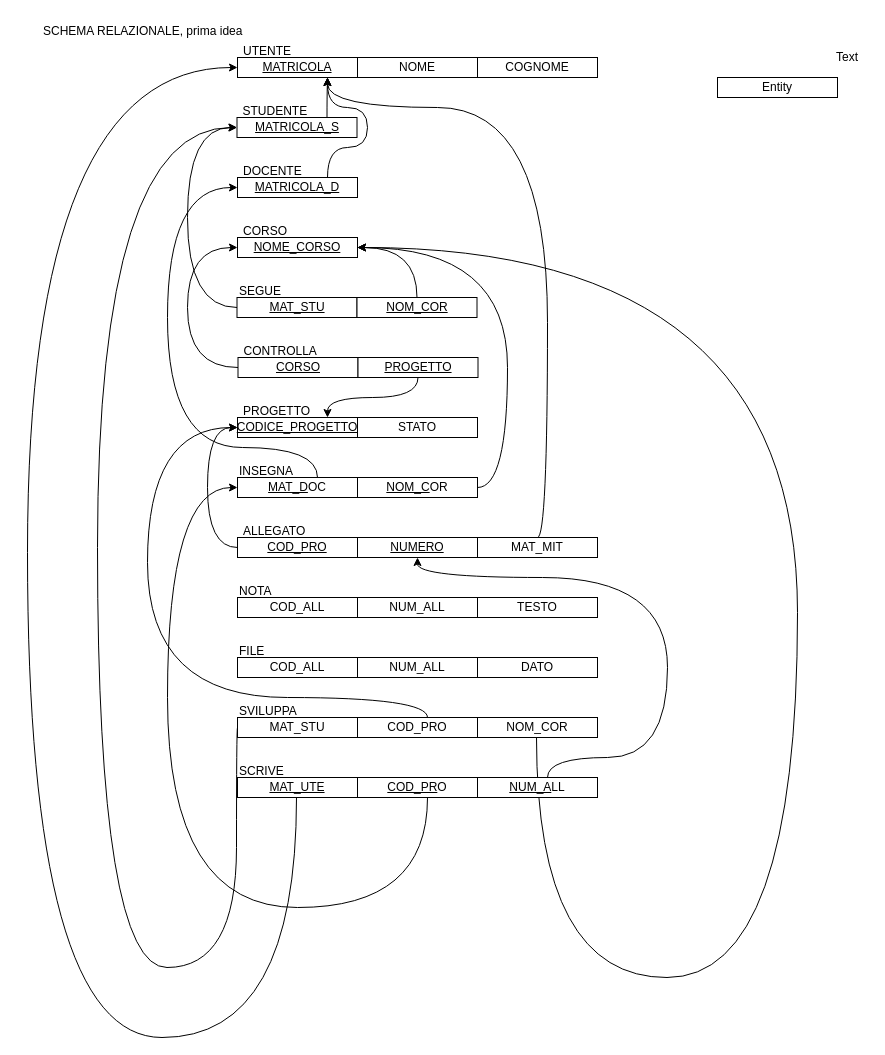
Before: page "SCHEMA RELAZIONALE" (2 of 5) of prisa_eer.drawio in Cippo95/prisa, a draw.io diagram. Source tidied: cells renumbered, new cells numbered last; positions are measured from the earlier drawing's top-left corner, leaving out a move shared by most shapes. Both pictures are drawn from the tidied source at 100%, with x=0, y=0 at pixel (27, 17).
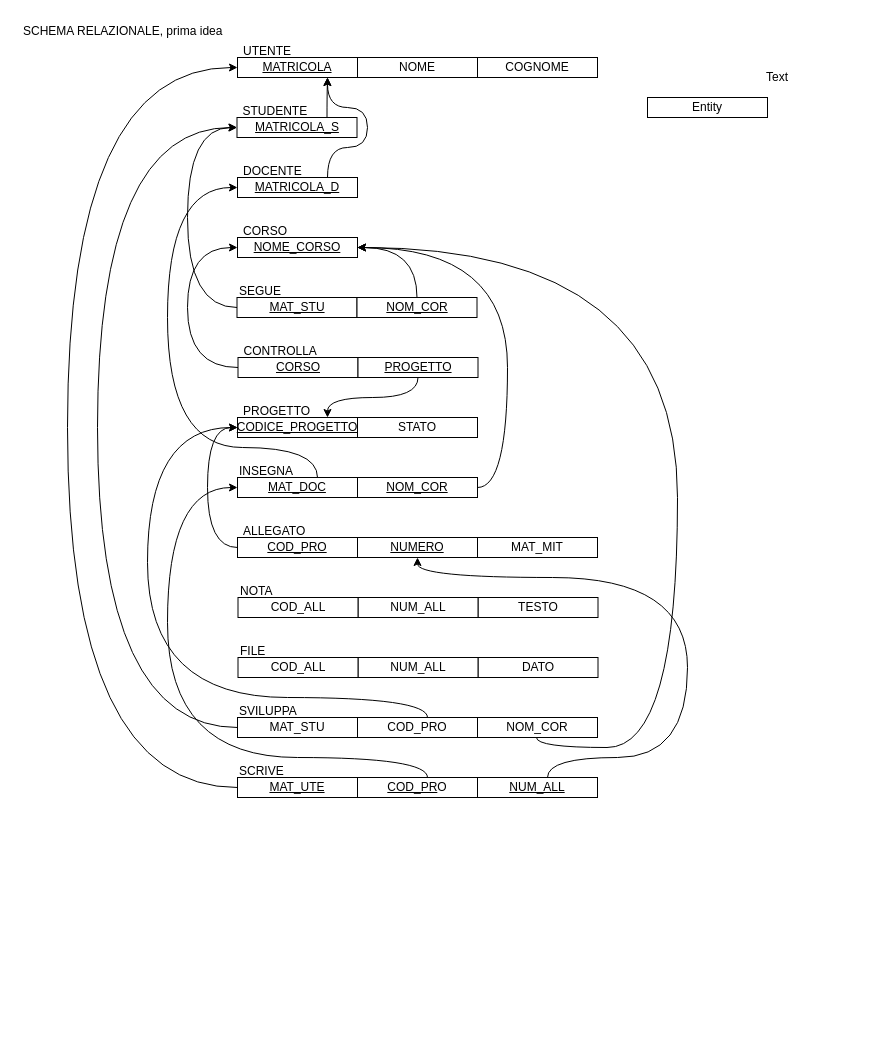
After the change.

Unchanged cells that the change refers to:
```xml
<mxCell id="2" value="&lt;u&gt;MATRICOLA&lt;/u&gt;" style="whiteSpace=wrap;html=1;align=center;" parent="1" vertex="1">
  <mxGeometry x="210" y="40" width="120" height="20" as="geometry" />
</mxCell>
<mxCell id="4" value="&lt;u&gt;NOME_CORSO&lt;/u&gt;" style="whiteSpace=wrap;html=1;align=center;" parent="1" vertex="1">
  <mxGeometry x="210" y="220" width="120" height="20" as="geometry" />
</mxCell>
<mxCell id="6" value="&lt;u&gt;NUMERO&lt;/u&gt;" style="whiteSpace=wrap;html=1;align=center;" parent="1" vertex="1">
  <mxGeometry x="330" y="520" width="120" height="20" as="geometry" />
</mxCell>
<mxCell id="20" value="MAT_MIT" style="whiteSpace=wrap;html=1;align=center;" parent="1" vertex="1">
  <mxGeometry x="450" y="520" width="120" height="20" as="geometry" />
</mxCell>
<mxCell id="27" value="MAT_STU" style="whiteSpace=wrap;html=1;align=center;" parent="1" vertex="1">
  <mxGeometry x="210" y="700" width="120" height="20" as="geometry" />
</mxCell>
<mxCell id="30" value="&lt;u&gt;MAT_UTE&lt;/u&gt;" style="whiteSpace=wrap;html=1;align=center;" parent="1" vertex="1">
  <mxGeometry x="210" y="760" width="120" height="20" as="geometry" />
</mxCell>
<mxCell id="39" value="NOM_COR" style="whiteSpace=wrap;html=1;align=center;" parent="1" vertex="1">
  <mxGeometry x="450" y="700" width="120" height="20" as="geometry" />
</mxCell>
<mxCell id="41" value="&lt;u&gt;COD_PR&lt;/u&gt;O" style="whiteSpace=wrap;html=1;align=center;" parent="1" vertex="1">
  <mxGeometry x="330" y="760" width="120" height="20" as="geometry" />
</mxCell>
<mxCell id="53" value="&lt;u&gt;MATRICOLA_S&lt;/u&gt;" style="whiteSpace=wrap;html=1;align=center;" parent="1" vertex="1">
  <mxGeometry x="209.5" y="100" width="120" height="20" as="geometry" />
</mxCell>
```

The edit, as a diff of the source:
```diff
@@
     <mxCell id="7" value="Entity" style="whiteSpace=wrap;html=1;align=center;" parent="1" vertex="1">
-      <mxGeometry x="690" y="60" width="120" height="20" as="geometry" />
+      <mxGeometry x="620" y="80" width="120" height="20" as="geometry" />
     </mxCell>
@@
-    <mxCell id="17" value="&lt;u&gt;MAT_D&lt;/u&gt;OC" style="whiteSpace=wrap;html=1;align=center;" parent="1" vertex="1">
+    <mxCell id="17" value="&lt;u&gt;MAT_DOC&lt;/u&gt;" style="whiteSpace=wrap;html=1;align=center;" parent="1" vertex="1">
       <mxGeometry x="210" y="460" width="120" height="20" as="geometry" />
     </mxCell>
     <mxCell id="18" value="SCHEMA RELAZIONALE, prima idea&#10;&#10;" style="text;strokeColor=none;fillColor=none;spacingLeft=4;spacingRight=4;overflow=hidden;fontSize=12;" parent="1" vertex="1">
-      <mxGeometry x="10" width="210" height="20" as="geometry" />
+      <mxGeometry x="-10" width="210" height="20" as="geometry" />
     </mxCell>
-    <mxCell id="19" style="edgeStyle=orthogonalEdgeStyle;curved=1;rounded=0;jettySize=auto;html=1;entryX=0.75;entryY=1;entryDx=0;entryDy=0;exitX=0.5;exitY=0;exitDx=0;exitDy=0;" parent="1" edge="1" source="20" target="2">
-      <mxGeometry relative="1" as="geometry">
-        <Array as="points">
-          <mxPoint x="520" y="520" />
-          <mxPoint x="520" y="90" />
-          <mxPoint x="300" y="90" />
-        </Array>
-      </mxGeometry>
-    </mxCell>
@@
     <mxCell id="26" style="edgeStyle=orthogonalEdgeStyle;rounded=0;jettySize=auto;html=1;entryX=0;entryY=0.5;entryDx=0;entryDy=0;curved=1;exitX=0;exitY=0.5;exitDx=0;exitDy=0;" parent="1" edge="1" source="27" target="53">
       <mxGeometry relative="1" as="geometry">
         <Array as="points">
-          <mxPoint x="209" y="950" />
-          <mxPoint x="70" y="950" />
+          <mxPoint x="70" y="710" />
           <mxPoint x="70" y="110" />
         </Array>
       </mxGeometry>
     </mxCell>
@@
-    <mxCell id="29" style="edgeStyle=orthogonalEdgeStyle;curved=1;rounded=0;jettySize=auto;html=1;entryX=0;entryY=0.5;entryDx=0;entryDy=0;" parent="1" edge="1" source="30" target="2">
+    <mxCell id="29" style="edgeStyle=orthogonalEdgeStyle;curved=1;rounded=0;jettySize=auto;html=1;entryX=0;entryY=0.5;entryDx=0;entryDy=0;exitX=0;exitY=0.5;exitDx=0;exitDy=0;" parent="1" edge="1" source="30" target="2">
       <mxGeometry relative="1" as="geometry">
         <Array as="points">
-          <mxPoint x="269" y="1020" />
-          <mxPoint y="1020" />
-          <mxPoint y="50" />
+          <mxPoint x="40" y="770" />
+          <mxPoint x="40" y="50" />
         </Array>
       </mxGeometry>
     </mxCell>
@@
-    <mxCell id="35" value="&lt;div&gt;&lt;u&gt;NOM_C&lt;/u&gt;OR&lt;/div&gt;" style="whiteSpace=wrap;html=1;align=center;" parent="1" vertex="1">
+    <mxCell id="35" value="&lt;div&gt;&lt;u&gt;NOM_COR&lt;/u&gt;&lt;/div&gt;" style="whiteSpace=wrap;html=1;align=center;" parent="1" vertex="1">
       <mxGeometry x="330" y="460" width="120" height="20" as="geometry" />
     </mxCell>
@@
     <mxCell id="38" style="edgeStyle=orthogonalEdgeStyle;curved=1;rounded=0;jettySize=auto;html=1;endSize=6;entryX=1;entryY=0.5;entryDx=0;entryDy=0;" parent="1" edge="1" source="39" target="4">
       <mxGeometry relative="1" as="geometry">
         <Array as="points">
-          <mxPoint x="509" y="960" />
-          <mxPoint x="770" y="960" />
-          <mxPoint x="770" y="230" />
+          <mxPoint x="509" y="730" />
+          <mxPoint x="650" y="730" />
+          <mxPoint x="650" y="230" />
         </Array>
       </mxGeometry>
     </mxCell>
@@
     <mxCell id="40" style="edgeStyle=orthogonalEdgeStyle;curved=1;rounded=0;jettySize=auto;html=1;endSize=6;entryX=0;entryY=0.5;entryDx=0;entryDy=0;" parent="1" edge="1" source="41" target="17">
       <mxGeometry relative="1" as="geometry">
         <Array as="points">
-          <mxPoint x="400" y="890" />
-          <mxPoint x="140" y="890" />
+          <mxPoint x="400" y="740" />
+          <mxPoint x="140" y="740" />
           <mxPoint x="140" y="470" />
         </Array>
       </mxGeometry>
     </mxCell>
@@
     <mxCell id="42" style="edgeStyle=orthogonalEdgeStyle;curved=1;rounded=0;jettySize=auto;html=1;entryX=0.5;entryY=1;entryDx=0;entryDy=0;endSize=6;" parent="1" edge="1" source="43" target="6">
       <mxGeometry relative="1" as="geometry">
         <Array as="points">
           <mxPoint x="520" y="740" />
-          <mxPoint x="640" y="740" />
-          <mxPoint x="640" y="560" />
+          <mxPoint x="660" y="740" />
+          <mxPoint x="660" y="560" />
           <mxPoint x="390" y="560" />
         </Array>
       </mxGeometry>
     </mxCell>
-    <mxCell id="43" value="&lt;u&gt;NUM_A&lt;/u&gt;LL" style="whiteSpace=wrap;html=1;align=center;" parent="1" vertex="1">
+    <mxCell id="43" value="&lt;u&gt;NUM_ALL&lt;/u&gt;" style="whiteSpace=wrap;html=1;align=center;" parent="1" vertex="1">
       <mxGeometry x="450" y="760" width="120" height="20" as="geometry" />
     </mxCell>
-    <mxCell id="44" value="NOTA" style="text;whiteSpace=wrap;html=1;" parent="1" vertex="1">
-      <mxGeometry x="210" y="560" width="40" height="20" as="geometry" />
-    </mxCell>
-    <mxCell id="45" value="TESTO" style="whiteSpace=wrap;html=1;align=center;" parent="1" vertex="1">
-      <mxGeometry x="450" y="580" width="120" height="20" as="geometry" />
-    </mxCell>
-    <mxCell id="46" value="FILE" style="text;whiteSpace=wrap;html=1;" parent="1" vertex="1">
-      <mxGeometry x="210" y="620" width="30" height="20" as="geometry" />
-    </mxCell>
-    <mxCell id="47" value="DATO" style="whiteSpace=wrap;html=1;align=center;" parent="1" vertex="1">
-      <mxGeometry x="450" y="640" width="120" height="20" as="geometry" />
-    </mxCell>
-    <mxCell id="48" value="NUM_ALL" style="whiteSpace=wrap;html=1;align=center;" parent="1" vertex="1">
-      <mxGeometry x="330" y="580" width="120" height="20" as="geometry" />
-    </mxCell>
-    <mxCell id="49" value="COD_ALL" style="whiteSpace=wrap;html=1;align=center;" parent="1" vertex="1">
-      <mxGeometry x="210" y="580" width="120" height="20" as="geometry" />
-    </mxCell>
-    <mxCell id="50" value="NUM_ALL" style="whiteSpace=wrap;html=1;align=center;" parent="1" vertex="1">
-      <mxGeometry x="330" y="640" width="120" height="20" as="geometry" />
-    </mxCell>
-    <mxCell id="51" value="COD_ALL" style="whiteSpace=wrap;html=1;align=center;" parent="1" vertex="1">
-      <mxGeometry x="210" y="640" width="120" height="20" as="geometry" />
-    </mxCell>
@@
     <mxCell id="63" value="Text" style="text;html=1;strokeColor=none;fillColor=none;align=center;verticalAlign=middle;whiteSpace=wrap;rounded=0;" parent="1" vertex="1">
-      <mxGeometry x="800" y="30" width="40" height="20" as="geometry" />
+      <mxGeometry x="730" y="50" width="40" height="20" as="geometry" />
     </mxCell>
+    <mxCell id="44" value="NOTA" style="text;whiteSpace=wrap;html=1;" parent="1" vertex="1">
+      <mxGeometry x="210.5" y="560" width="40" height="20" as="geometry" />
+    </mxCell>
+    <mxCell id="45" value="TESTO" style="whiteSpace=wrap;html=1;align=center;" parent="1" vertex="1">
+      <mxGeometry x="450.5" y="580" width="120" height="20" as="geometry" />
+    </mxCell>
+    <mxCell id="46" value="FILE" style="text;whiteSpace=wrap;html=1;" parent="1" vertex="1">
+      <mxGeometry x="210.5" y="620" width="30" height="20" as="geometry" />
+    </mxCell>
+    <mxCell id="47" value="DATO" style="whiteSpace=wrap;html=1;align=center;" parent="1" vertex="1">
+      <mxGeometry x="450.5" y="640" width="120" height="20" as="geometry" />
+    </mxCell>
+    <mxCell id="64" value="NUM_ALL" style="whiteSpace=wrap;html=1;align=center;" parent="1" vertex="1">
+      <mxGeometry x="330.5" y="580" width="120" height="20" as="geometry" />
+    </mxCell>
+    <mxCell id="65" value="COD_ALL" style="whiteSpace=wrap;html=1;align=center;" parent="1" vertex="1">
+      <mxGeometry x="210.5" y="580" width="120" height="20" as="geometry" />
+    </mxCell>
+    <mxCell id="66" value="NUM_ALL" style="whiteSpace=wrap;html=1;align=center;" parent="1" vertex="1">
+      <mxGeometry x="330.5" y="640" width="120" height="20" as="geometry" />
+    </mxCell>
+    <mxCell id="67" value="COD_ALL" style="whiteSpace=wrap;html=1;align=center;" parent="1" vertex="1">
+      <mxGeometry x="210.5" y="640" width="120" height="20" as="geometry" />
+    </mxCell>
```
